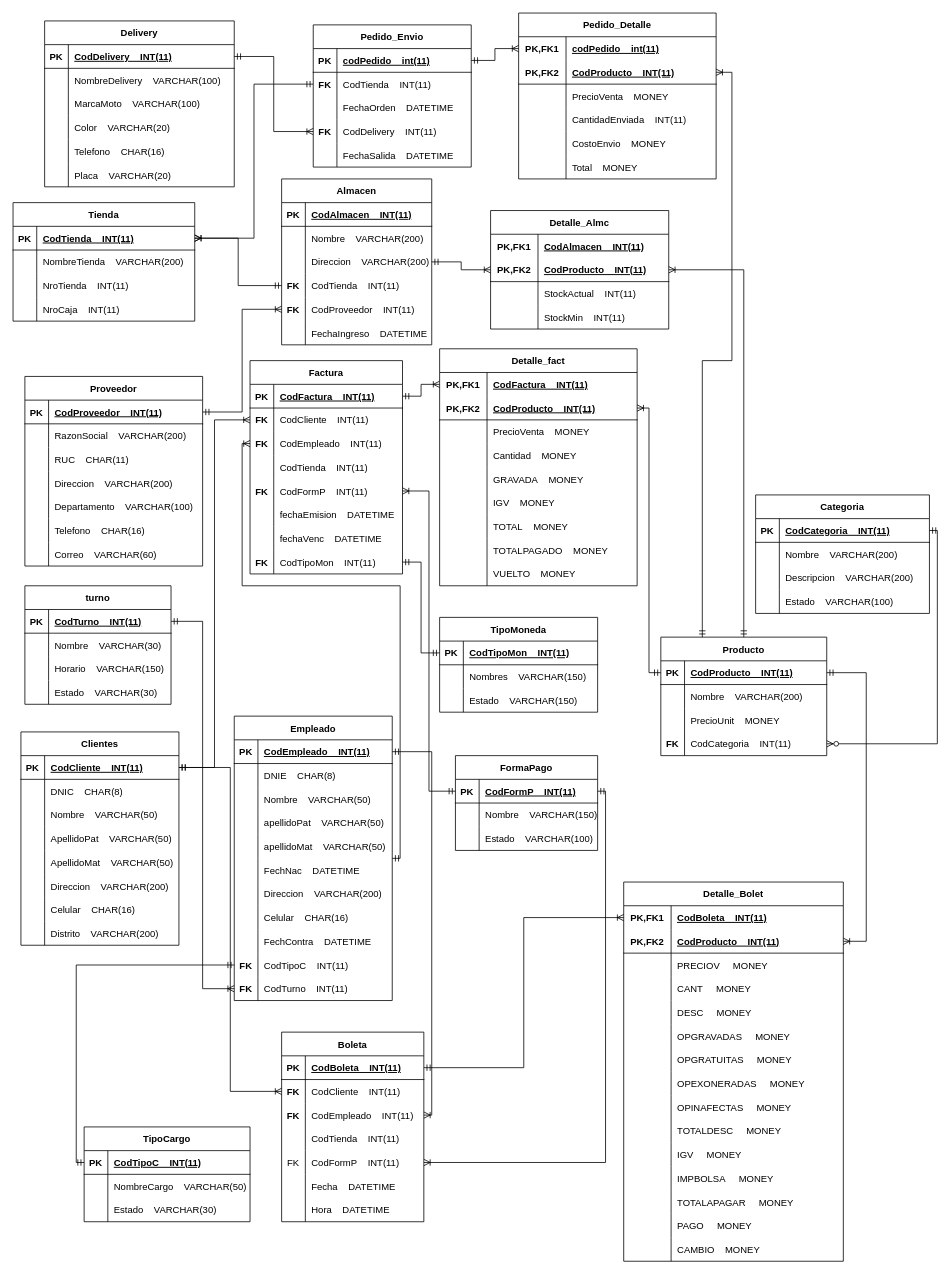
josdahuqui1992/SistemaTambo keeps this draw.io diagram as Tambo.drawio. Above is the earlier version. Source tidied: cells renumbered, new cells numbered last; positions are measured from the earlier drawing's top-left corner, leaving out a move shared by most shapes. Both pictures are drawn from the tidied source at 79%, with x=0, y=0 at pixel (13, 13).
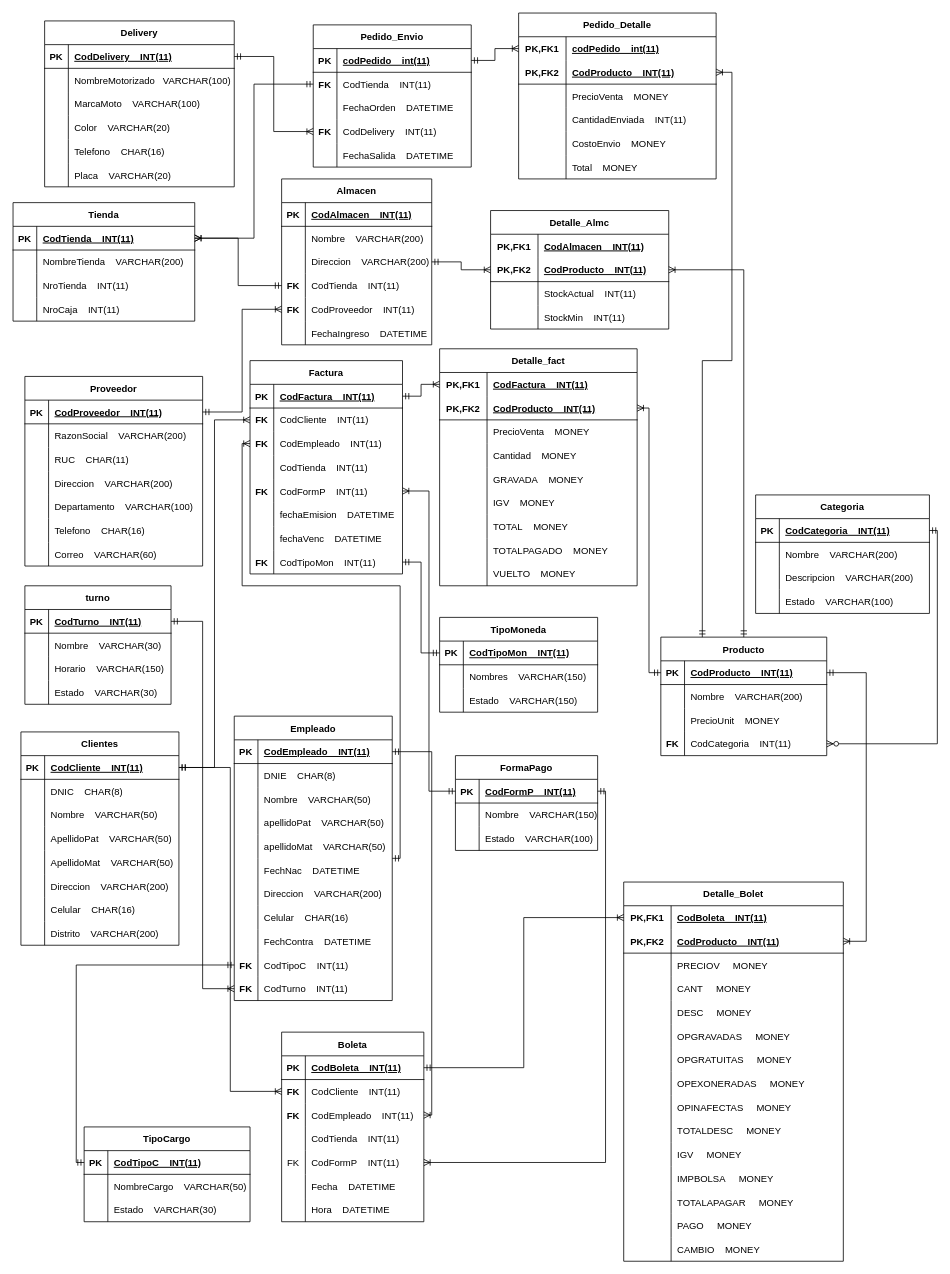
Above is the later version.

Unchanged cells that the change refers to:
```xml
<mxCell id="356" style="shape=tableRow;horizontal=0;startSize=0;swimlaneHead=0;swimlaneBody=0;fillColor=none;top=0;left=0;right=0;bottom=0;" parent="352" vertex="1">
  <mxGeometry y="60" width="240" height="30" as="geometry" />
</mxCell>
```

What changed in the source:
```diff
@@
-    <mxCell id="358" value="NombreDelivery    VARCHAR(100)" style="shape=partialRectangle;fillColor=none;top=0;left=0;bottom=0;right=0;align=left;spacingLeft=6;overflow=hidden;" parent="356" vertex="1">
+    <mxCell id="358" value="NombreMotorizado   VARCHAR(100)" style="shape=partialRectangle;fillColor=none;top=0;left=0;bottom=0;right=0;align=left;spacingLeft=6;overflow=hidden;" parent="356" vertex="1">
       <mxGeometry x="30" width="210" height="30" as="geometry" />
     </mxCell>
```
